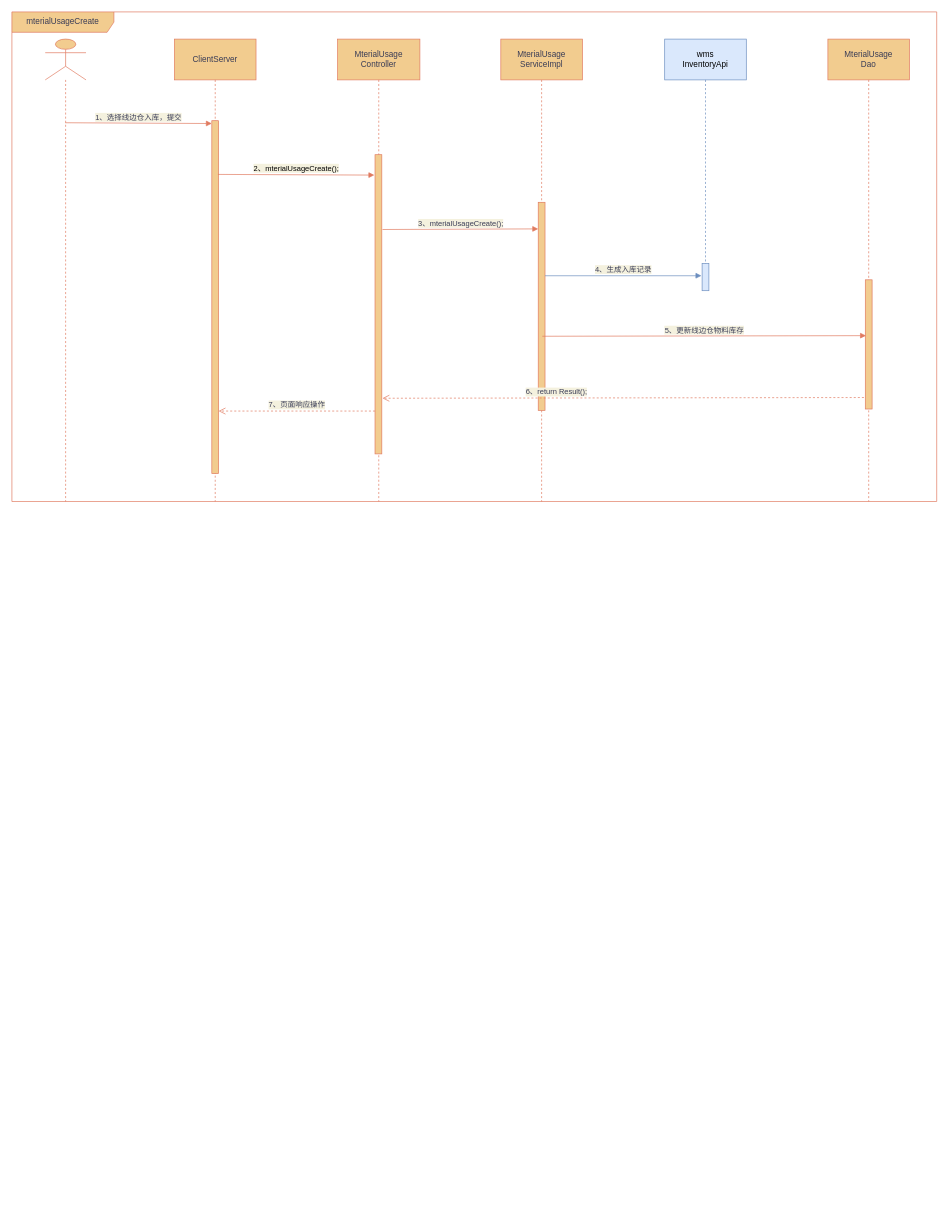
Above: page "线边仓入库" (2 of 4) of 青岛协创.drawio in KNAI-I/test (draw.io), before the change. Source tidied: cells renumbered, new cells numbered last; positions are measured from the earlier drawing's top-left corner, leaving out a move shared by most shapes. Both pictures are drawn from the tidied source at 68%, with x=0, y=0 at pixel (12, 12).
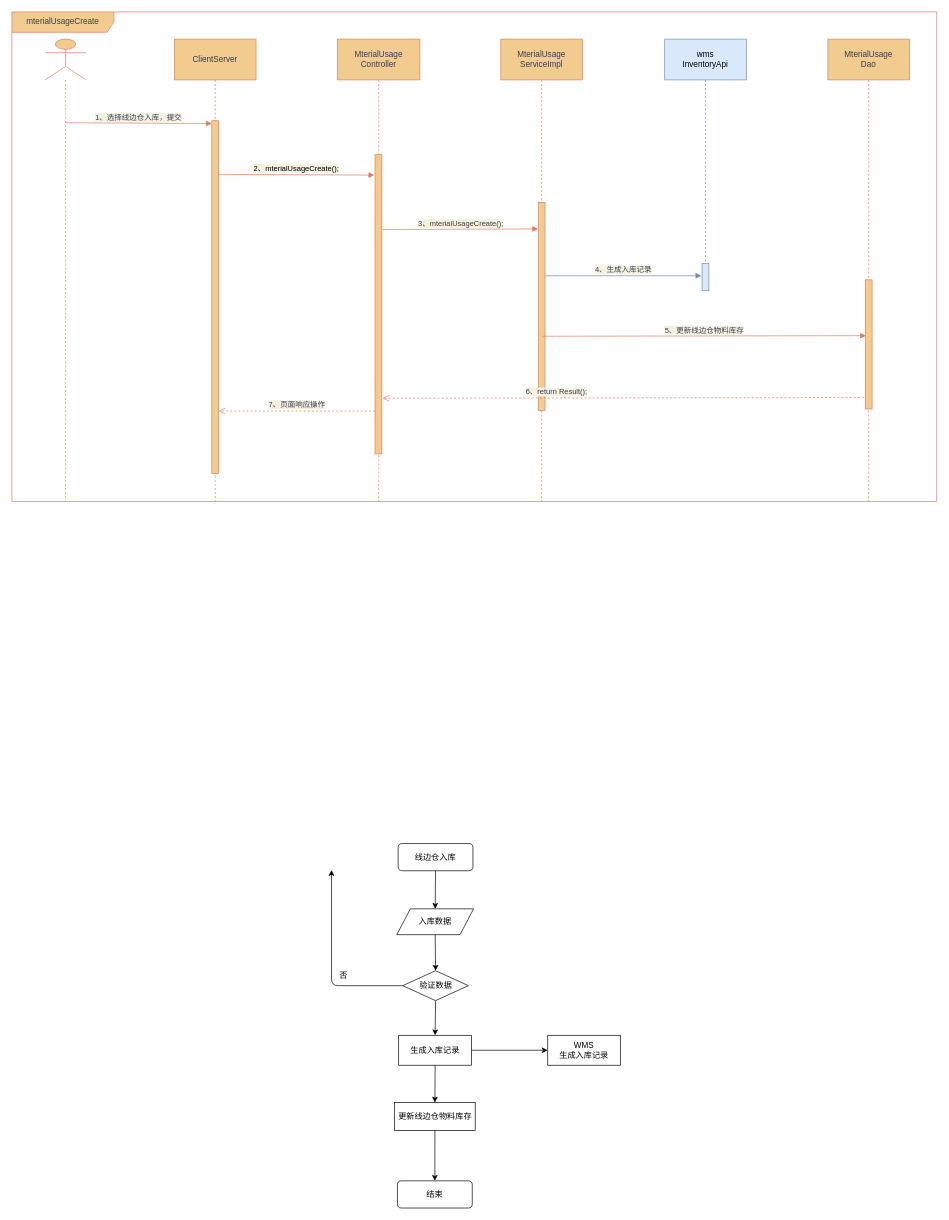
After the change.

What changed in the source:
```diff
@@
+    <mxCell id="21" value="线边仓入库" style="rounded=1;whiteSpace=wrap;html=1;" parent="1" vertex="1">
+      <mxGeometry x="568" y="1223" width="110" height="40" as="geometry" />
+    </mxCell>
+    <mxCell id="22" style="endArrow=classic;html=1;exitX=0.5;exitY=1;exitDx=0;exitDy=0;entryX=0.5;entryY=0;entryDx=0;entryDy=0;" parent="1" edge="1" source="21" target="23">
+      <mxGeometry relative="1" as="geometry" />
+    </mxCell>
+    <mxCell id="23" value="入库数据" style="shape=parallelogram;perimeter=parallelogramPerimeter;whiteSpace=wrap;html=1;fixedSize=1;" parent="1" vertex="1">
+      <mxGeometry x="566" y="1319" width="113" height="38" as="geometry" />
+    </mxCell>
+    <mxCell id="24" value="验证数据" style="rhombus;whiteSpace=wrap;html=1;" parent="1" vertex="1">
+      <mxGeometry x="574.8" y="1410" width="96.5" height="44" as="geometry" />
+    </mxCell>
+    <mxCell id="25" style="endArrow=classic;html=1;rounded=0;exitX=0.5;exitY=1;exitDx=0;exitDy=0;entryX=0.5;entryY=0;entryDx=0;entryDy=0;" parent="1" edge="1" source="23" target="24">
+      <mxGeometry relative="1" as="geometry" />
+    </mxCell>
+    <mxCell id="26" style="edgeStyle=segmentEdgeStyle;endArrow=classic;html=1;exitX=0;exitY=0.5;exitDx=0;exitDy=0;" parent="1" edge="1" source="24">
+      <mxGeometry relative="1" as="geometry">
+        <mxPoint x="470" y="1262" as="targetPoint" />
+        <Array as="points">
+          <mxPoint x="470" y="1432" />
+        </Array>
+      </mxGeometry>
+    </mxCell>
+    <mxCell id="27" value="否" style="text;html=1;strokeColor=none;fillColor=none;align=center;verticalAlign=middle;whiteSpace=wrap;rounded=0;" parent="1" vertex="1">
+      <mxGeometry x="458" y="1402" width="60" height="30" as="geometry" />
+    </mxCell>
+    <mxCell id="28" value="生成入库记录" style="rounded=0;whiteSpace=wrap;html=1;" parent="1" vertex="1">
+      <mxGeometry x="568.8" y="1505" width="107.2" height="44" as="geometry" />
+    </mxCell>
+    <mxCell id="29" style="endArrow=classic;html=1;rounded=0;exitX=0.5;exitY=1;exitDx=0;exitDy=0;entryX=0.5;entryY=0;entryDx=0;entryDy=0;" parent="1" edge="1" source="24" target="28">
+      <mxGeometry relative="1" as="geometry" />
+    </mxCell>
+    <mxCell id="30" value="更新线边仓物料库存" style="rounded=0;whiteSpace=wrap;html=1;" parent="1" vertex="1">
+      <mxGeometry x="562.8" y="1604" width="118.5" height="41" as="geometry" />
+    </mxCell>
+    <mxCell id="31" style="endArrow=classic;html=1;rounded=0;exitX=0.5;exitY=1;exitDx=0;exitDy=0;entryX=0.5;entryY=0;entryDx=0;entryDy=0;" parent="1" edge="1" source="28" target="30">
+      <mxGeometry relative="1" as="geometry" />
+    </mxCell>
+    <mxCell id="32" value="结束" style="rounded=1;whiteSpace=wrap;html=1;" parent="1" vertex="1">
+      <mxGeometry x="567" y="1719" width="110" height="40" as="geometry" />
+    </mxCell>
+    <mxCell id="33" style="endArrow=classic;html=1;rounded=0;exitX=0.5;exitY=1;exitDx=0;exitDy=0;entryX=0.5;entryY=0;entryDx=0;entryDy=0;" parent="1" edge="1" source="30" target="32">
+      <mxGeometry relative="1" as="geometry" />
+    </mxCell>
+    <mxCell id="34" value="WMS&lt;br&gt;生成入库记录" style="rounded=0;whiteSpace=wrap;html=1;" parent="1" vertex="1">
+      <mxGeometry x="788" y="1505" width="107.2" height="44" as="geometry" />
+    </mxCell>
+    <mxCell id="35" style="endArrow=classic;html=1;rounded=0;exitX=1;exitY=0.5;exitDx=0;exitDy=0;entryX=0;entryY=0.5;entryDx=0;entryDy=0;" parent="1" edge="1" source="28" target="34">
+      <mxGeometry relative="1" as="geometry" />
+    </mxCell>
```
